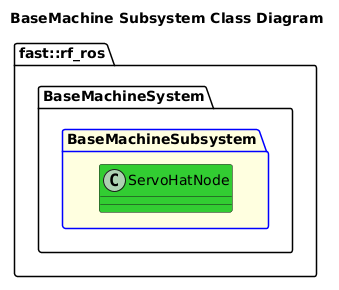
Before: Systems/BaseMachine/Subsystems/BaseMachine/doc/puml/BaseMachineSubsystemClassDiagram.png, a diagram exported from PlantUML (fastrobotics/robot_framework_ros).
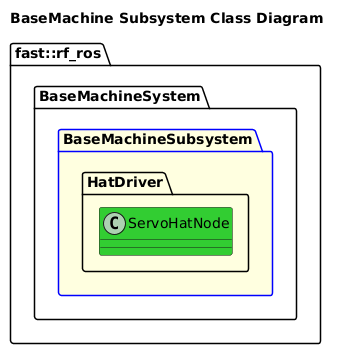
After the commit.

What changed in the source:
```diff
@@ -4,7 +4,9 @@
 namespace fast::rf_ros {
     namespace BaseMachineSystem {
         package BaseMachineSubsystem #LightYellow;line:blue {
-            class ServoHatNode #LimeGreen
+            namespace HatDriver {
+                class ServoHatNode #LimeGreen
+            }
         }
     }
 }
```
